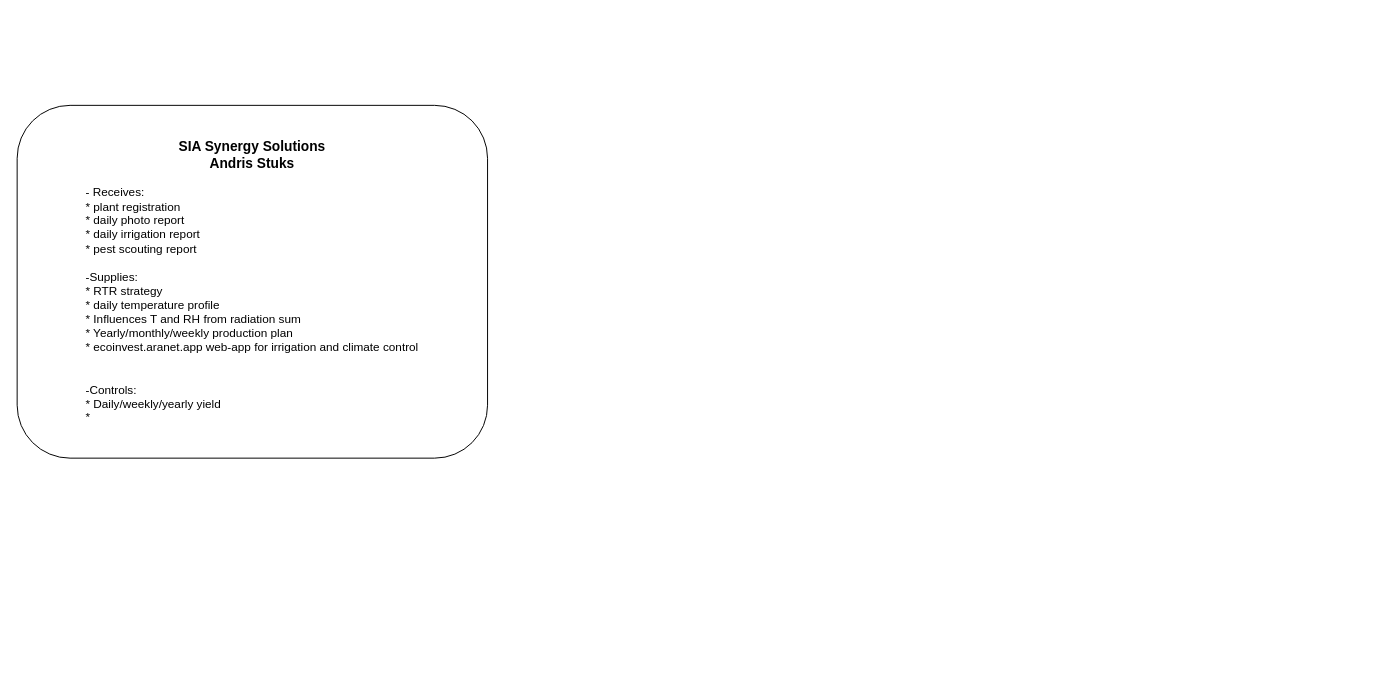
The draw.io diagram ecoinvest_structure.drawio in andrisstuks/random, before the edit. Source tidied: cells renumbered, new cells numbered last; positions are measured from the earlier drawing's top-left corner, leaving out a move shared by most shapes. Both pictures are drawn from the tidied source at 98%, with x=0, y=0 at pixel (17, 105).
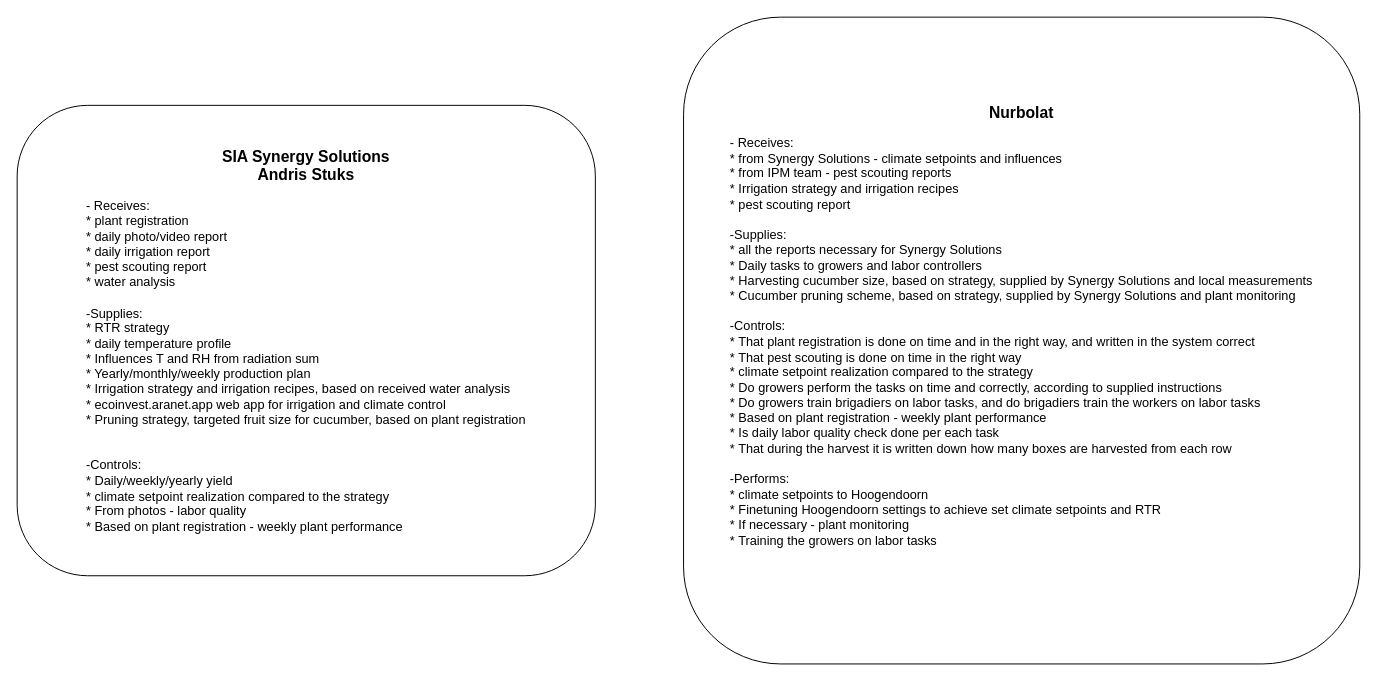
The same diagram, later.

Change to the diagram source:
```diff
@@
 <mxGraphModel>
   <root>
     <mxCell id="0" />
     <mxCell id="1" parent="0" />
-    <mxCell id="2" value="&lt;b style=&quot;font-size: 14px;&quot;&gt;SIA Synergy Solutions&lt;br&gt;Andris Stuks&lt;/b&gt;&lt;br&gt;&lt;br&gt;&lt;div style=&quot;text-align: left;&quot;&gt;&lt;span style=&quot;background-color: initial;&quot;&gt;- Receives:&lt;/span&gt;&lt;/div&gt;&lt;div style=&quot;text-align: left;&quot;&gt;&lt;span style=&quot;background-color: initial;&quot;&gt;* plant registration&lt;/span&gt;&lt;/div&gt;&lt;div style=&quot;text-align: left;&quot;&gt;&lt;span style=&quot;background-color: initial;&quot;&gt;* daily photo report&lt;/span&gt;&lt;/div&gt;&lt;div style=&quot;text-align: left;&quot;&gt;&lt;span style=&quot;background-color: initial;&quot;&gt;* daily irrigation report&lt;/span&gt;&lt;/div&gt;&lt;div style=&quot;text-align: left;&quot;&gt;&lt;span style=&quot;background-color: initial;&quot;&gt;* pest scouting report&lt;/span&gt;&lt;/div&gt;&lt;div style=&quot;text-align: left;&quot;&gt;&lt;span style=&quot;background-color: initial;&quot;&gt;&lt;br&gt;&lt;/span&gt;&lt;/div&gt;&lt;div style=&quot;text-align: left;&quot;&gt;&lt;span style=&quot;background-color: initial;&quot;&gt;-Supplies:&lt;/span&gt;&lt;/div&gt;&lt;div style=&quot;text-align: left;&quot;&gt;&lt;span style=&quot;background-color: initial;&quot;&gt;* RTR strategy&lt;/span&gt;&lt;/div&gt;&lt;div style=&quot;text-align: left;&quot;&gt;&lt;span style=&quot;background-color: initial;&quot;&gt;* daily temperature profile&lt;/span&gt;&lt;/div&gt;&lt;div style=&quot;text-align: left;&quot;&gt;&lt;span style=&quot;background-color: initial;&quot;&gt;* Influences T and RH from radiation sum&lt;/span&gt;&lt;/div&gt;&lt;div style=&quot;text-align: left;&quot;&gt;&lt;span style=&quot;background-color: initial;&quot;&gt;* Yearly/monthly/weekly production plan&lt;/span&gt;&lt;/div&gt;&lt;div style=&quot;text-align: left;&quot;&gt;&lt;span style=&quot;background-color: initial;&quot;&gt;* ecoinvest.aranet.app web-app for irrigation and climate control&lt;/span&gt;&lt;/div&gt;&lt;div style=&quot;text-align: left;&quot;&gt;&lt;span style=&quot;background-color: initial;&quot;&gt;&lt;br&gt;&lt;/span&gt;&lt;/div&gt;&lt;div style=&quot;text-align: left;&quot;&gt;&lt;span style=&quot;background-color: initial;&quot;&gt;&lt;br&gt;&lt;/span&gt;&lt;/div&gt;&lt;div style=&quot;text-align: left;&quot;&gt;&lt;span style=&quot;background-color: initial;&quot;&gt;-Controls:&lt;/span&gt;&lt;/div&gt;&lt;div style=&quot;text-align: left;&quot;&gt;&lt;span style=&quot;background-color: initial;&quot;&gt;* Daily/weekly/yearly yield&amp;nbsp;&lt;/span&gt;&lt;/div&gt;&lt;div style=&quot;text-align: left;&quot;&gt;*&amp;nbsp;&lt;/div&gt;" style="rounded=1;whiteSpace=wrap;html=1;" parent="1" vertex="1">
-      <mxGeometry width="480" height="360" as="geometry" />
+    <mxCell id="2" value="&lt;b style=&quot;font-size: 16px;&quot;&gt;SIA Synergy Solutions&lt;br&gt;Andris Stuks&lt;/b&gt;&lt;br&gt;&lt;br&gt;&lt;div style=&quot;text-align: left; font-size: 13px;&quot;&gt;&lt;span style=&quot;background-color: initial;&quot;&gt;&lt;font style=&quot;font-size: 13px;&quot;&gt;- Receives:&lt;/font&gt;&lt;/span&gt;&lt;/div&gt;&lt;div style=&quot;text-align: left; font-size: 13px;&quot;&gt;&lt;span style=&quot;background-color: initial;&quot;&gt;&lt;font style=&quot;font-size: 13px;&quot;&gt;* plant registration&lt;/font&gt;&lt;/span&gt;&lt;/div&gt;&lt;div style=&quot;text-align: left; font-size: 13px;&quot;&gt;&lt;span style=&quot;background-color: initial;&quot;&gt;&lt;font style=&quot;font-size: 13px;&quot;&gt;* daily photo/video report&lt;/font&gt;&lt;/span&gt;&lt;/div&gt;&lt;div style=&quot;text-align: left; font-size: 13px;&quot;&gt;&lt;span style=&quot;background-color: initial;&quot;&gt;&lt;font style=&quot;font-size: 13px;&quot;&gt;* daily irrigation report&lt;/font&gt;&lt;/span&gt;&lt;/div&gt;&lt;div style=&quot;text-align: left; font-size: 13px;&quot;&gt;&lt;span style=&quot;background-color: initial;&quot;&gt;&lt;font style=&quot;font-size: 13px;&quot;&gt;* pest scouting report&lt;/font&gt;&lt;/span&gt;&lt;/div&gt;&lt;div style=&quot;text-align: left; font-size: 13px;&quot;&gt;&lt;span style=&quot;background-color: initial;&quot;&gt;&lt;font style=&quot;font-size: 13px;&quot;&gt;* water analysis&lt;/font&gt;&lt;/span&gt;&lt;/div&gt;&lt;div style=&quot;text-align: left; font-size: 13px;&quot;&gt;&lt;span style=&quot;background-color: initial;&quot;&gt;&lt;font style=&quot;font-size: 13px;&quot;&gt;&lt;br&gt;&lt;/font&gt;&lt;/span&gt;&lt;/div&gt;&lt;div style=&quot;text-align: left; font-size: 13px;&quot;&gt;&lt;span style=&quot;background-color: initial;&quot;&gt;&lt;font style=&quot;font-size: 13px;&quot;&gt;-Supplies:&lt;/font&gt;&lt;/span&gt;&lt;/div&gt;&lt;div style=&quot;text-align: left; font-size: 13px;&quot;&gt;&lt;span style=&quot;background-color: initial;&quot;&gt;&lt;font style=&quot;font-size: 13px;&quot;&gt;* RTR strategy&lt;/font&gt;&lt;/span&gt;&lt;/div&gt;&lt;div style=&quot;text-align: left; font-size: 13px;&quot;&gt;&lt;span style=&quot;background-color: initial;&quot;&gt;&lt;font style=&quot;font-size: 13px;&quot;&gt;* daily temperature profile&lt;/font&gt;&lt;/span&gt;&lt;/div&gt;&lt;div style=&quot;text-align: left; font-size: 13px;&quot;&gt;&lt;span style=&quot;background-color: initial;&quot;&gt;&lt;font style=&quot;font-size: 13px;&quot;&gt;* Influences T and RH from radiation sum&lt;/font&gt;&lt;/span&gt;&lt;/div&gt;&lt;div style=&quot;text-align: left; font-size: 13px;&quot;&gt;&lt;span style=&quot;background-color: initial;&quot;&gt;&lt;font style=&quot;font-size: 13px;&quot;&gt;* Yearly/monthly/weekly production plan&lt;/font&gt;&lt;/span&gt;&lt;/div&gt;&lt;div style=&quot;text-align: left; font-size: 13px;&quot;&gt;* Irrigation strategy and irrigation recipes, based on received water analysis&lt;span style=&quot;background-color: initial;&quot;&gt;&lt;font style=&quot;font-size: 13px;&quot;&gt;&lt;br&gt;&lt;/font&gt;&lt;/span&gt;&lt;/div&gt;&lt;div style=&quot;text-align: left; font-size: 13px;&quot;&gt;&lt;span style=&quot;background-color: initial;&quot;&gt;&lt;font style=&quot;font-size: 13px;&quot;&gt;* ecoinvest.aranet.app web app for irrigation and climate control&lt;/font&gt;&lt;/span&gt;&lt;/div&gt;&lt;div style=&quot;text-align: left; font-size: 13px;&quot;&gt;&lt;span style=&quot;background-color: initial;&quot;&gt;&lt;font style=&quot;font-size: 13px;&quot;&gt;* Pruning strategy, targeted fruit size for cucumber, based on plant registration&lt;/font&gt;&lt;/span&gt;&lt;/div&gt;&lt;div style=&quot;text-align: left; font-size: 13px;&quot;&gt;&lt;span style=&quot;background-color: initial;&quot;&gt;&lt;font style=&quot;font-size: 13px;&quot;&gt;&lt;br&gt;&lt;/font&gt;&lt;/span&gt;&lt;/div&gt;&lt;div style=&quot;text-align: left; font-size: 13px;&quot;&gt;&lt;span style=&quot;background-color: initial;&quot;&gt;&lt;font style=&quot;font-size: 13px;&quot;&gt;&lt;br&gt;&lt;/font&gt;&lt;/span&gt;&lt;/div&gt;&lt;div style=&quot;text-align: left; font-size: 13px;&quot;&gt;&lt;span style=&quot;background-color: initial;&quot;&gt;&lt;font style=&quot;font-size: 13px;&quot;&gt;-Controls:&lt;/font&gt;&lt;/span&gt;&lt;/div&gt;&lt;div style=&quot;text-align: left; font-size: 13px;&quot;&gt;&lt;span style=&quot;background-color: initial;&quot;&gt;&lt;font style=&quot;font-size: 13px;&quot;&gt;* Daily/weekly/yearly yield&amp;nbsp;&lt;/font&gt;&lt;/span&gt;&lt;/div&gt;&lt;div style=&quot;text-align: left; font-size: 13px;&quot;&gt;&lt;font style=&quot;font-size: 13px;&quot;&gt;* climate setpoint realization compared to the strategy&lt;/font&gt;&lt;/div&gt;&lt;div style=&quot;text-align: left; font-size: 13px;&quot;&gt;&lt;font style=&quot;font-size: 13px;&quot;&gt;* From photos - labor quality&lt;/font&gt;&lt;/div&gt;&lt;div style=&quot;text-align: left; font-size: 13px;&quot;&gt;&lt;font style=&quot;font-size: 13px;&quot;&gt;* Based on plant registration - weekly plant performa&lt;/font&gt;nce&lt;/div&gt;" style="rounded=1;whiteSpace=wrap;html=1;" parent="1" vertex="1">
+      <mxGeometry width="590" height="480" as="geometry" />
     </mxCell>
+    <mxCell id="3" value="&lt;span style=&quot;font-size: 16px;&quot;&gt;&lt;b&gt;Nurbolat&lt;/b&gt;&lt;/span&gt;&lt;br&gt;&lt;br&gt;&lt;div style=&quot;text-align: left; font-size: 13px;&quot;&gt;&lt;span style=&quot;background-color: initial;&quot;&gt;&lt;font style=&quot;font-size: 13px;&quot;&gt;- Receives:&lt;/font&gt;&lt;/span&gt;&lt;/div&gt;&lt;div style=&quot;text-align: left; font-size: 13px;&quot;&gt;&lt;span style=&quot;background-color: initial;&quot;&gt;&lt;font style=&quot;font-size: 13px;&quot;&gt;* from Synergy Solutions - climate setpoints and influences&lt;/font&gt;&lt;/span&gt;&lt;/div&gt;&lt;div style=&quot;text-align: left; font-size: 13px;&quot;&gt;&lt;span style=&quot;background-color: initial;&quot;&gt;&lt;font style=&quot;font-size: 13px;&quot;&gt;* from IPM team - pest scouting reports&lt;/font&gt;&lt;/span&gt;&lt;/div&gt;&lt;div style=&quot;text-align: left; font-size: 13px;&quot;&gt;&lt;span style=&quot;background-color: initial;&quot;&gt;&lt;font style=&quot;font-size: 13px;&quot;&gt;* Irrigation strategy and irrigation recipes&lt;/font&gt;&lt;/span&gt;&lt;/div&gt;&lt;div style=&quot;text-align: left; font-size: 13px;&quot;&gt;&lt;span style=&quot;background-color: initial;&quot;&gt;&lt;font style=&quot;font-size: 13px;&quot;&gt;* pest scouting report&lt;/font&gt;&lt;/span&gt;&lt;/div&gt;&lt;div style=&quot;text-align: left; font-size: 13px;&quot;&gt;&lt;span style=&quot;background-color: initial;&quot;&gt;&lt;font style=&quot;font-size: 13px;&quot;&gt;&lt;br&gt;&lt;/font&gt;&lt;/span&gt;&lt;/div&gt;&lt;div style=&quot;text-align: left; font-size: 13px;&quot;&gt;&lt;span style=&quot;background-color: initial;&quot;&gt;&lt;font style=&quot;font-size: 13px;&quot;&gt;-Supplies:&lt;/font&gt;&lt;/span&gt;&lt;/div&gt;&lt;div style=&quot;text-align: left; font-size: 13px;&quot;&gt;&lt;span style=&quot;background-color: initial;&quot;&gt;&lt;font style=&quot;font-size: 13px;&quot;&gt;* all the reports necessary for Synergy Solutions&lt;/font&gt;&lt;/span&gt;&lt;/div&gt;&lt;div style=&quot;text-align: left; font-size: 13px;&quot;&gt;&lt;span style=&quot;background-color: initial;&quot;&gt;&lt;font style=&quot;font-size: 13px;&quot;&gt;* Daily tasks to growers and labor controllers&lt;/font&gt;&lt;/span&gt;&lt;/div&gt;&lt;div style=&quot;text-align: left; font-size: 13px;&quot;&gt;&lt;span style=&quot;background-color: initial;&quot;&gt;&lt;font style=&quot;font-size: 13px;&quot;&gt;* Harvesting cucumber size, based on strategy, supplied by Synergy Solutions and local measurements&lt;/font&gt;&lt;/span&gt;&lt;/div&gt;&lt;div style=&quot;text-align: left; font-size: 13px;&quot;&gt;&lt;span style=&quot;background-color: initial;&quot;&gt;&lt;font style=&quot;font-size: 13px;&quot;&gt;* Cucumber pruning scheme, based on strategy, supplied by Synergy Solutions and plant monitoring&lt;/font&gt;&lt;/span&gt;&lt;/div&gt;&lt;div style=&quot;text-align: left; font-size: 13px;&quot;&gt;&lt;span style=&quot;background-color: initial;&quot;&gt;&lt;font style=&quot;font-size: 13px;&quot;&gt;&lt;br&gt;&lt;/font&gt;&lt;/span&gt;&lt;/div&gt;&lt;div style=&quot;text-align: left; font-size: 13px;&quot;&gt;&lt;span style=&quot;background-color: initial;&quot;&gt;&lt;font style=&quot;font-size: 13px;&quot;&gt;-Controls:&lt;/font&gt;&lt;/span&gt;&lt;/div&gt;&lt;div style=&quot;text-align: left; font-size: 13px;&quot;&gt;&lt;span style=&quot;background-color: initial;&quot;&gt;&lt;font style=&quot;font-size: 13px;&quot;&gt;* That plant registration is done on time and in the right way, and written in the system correct&lt;/font&gt;&lt;/span&gt;&lt;/div&gt;&lt;div style=&quot;text-align: left; font-size: 13px;&quot;&gt;&lt;span style=&quot;background-color: initial;&quot;&gt;&lt;font style=&quot;font-size: 13px;&quot;&gt;* That pest scouting is done on time in the right way&lt;/font&gt;&lt;/span&gt;&lt;/div&gt;&lt;div style=&quot;text-align: left; font-size: 13px;&quot;&gt;&lt;font style=&quot;font-size: 13px;&quot;&gt;* climate setpoint realization compared to the strategy&lt;/font&gt;&lt;/div&gt;&lt;div style=&quot;text-align: left; font-size: 13px;&quot;&gt;&lt;font style=&quot;font-size: 13px;&quot;&gt;* Do growers perform the tasks on time and correctly, according to supplied instructions&lt;/font&gt;&lt;/div&gt;&lt;div style=&quot;text-align: left; font-size: 13px;&quot;&gt;&lt;font style=&quot;font-size: 13px;&quot;&gt;* Do growers train brigadiers on labor tasks, and do brigadiers train the workers on labor tasks&lt;/font&gt;&lt;/div&gt;&lt;div style=&quot;text-align: left; font-size: 13px;&quot;&gt;&lt;font style=&quot;font-size: 13px;&quot;&gt;* Based on plant registration - weekly plant performa&lt;/font&gt;nce&lt;/div&gt;&lt;div style=&quot;text-align: left; font-size: 13px;&quot;&gt;* Is daily labor quality check done per each task&lt;/div&gt;&lt;div style=&quot;text-align: left; font-size: 13px;&quot;&gt;* That during the harvest it is written down how many boxes are harvested from each row&lt;/div&gt;&lt;div style=&quot;text-align: left; font-size: 13px;&quot;&gt;&lt;br&gt;&lt;/div&gt;&lt;div style=&quot;text-align: left; font-size: 13px;&quot;&gt;-Performs:&lt;/div&gt;&lt;div style=&quot;text-align: left; font-size: 13px;&quot;&gt;* climate setpoints to Hoogendoorn&lt;/div&gt;&lt;div style=&quot;text-align: left; font-size: 13px;&quot;&gt;* Finetuning Hoogendoorn settings to achieve set climate setpoints and RTR&lt;/div&gt;&lt;div style=&quot;text-align: left; font-size: 13px;&quot;&gt;* If necessary - plant monitoring&lt;/div&gt;&lt;div style=&quot;text-align: left; font-size: 13px;&quot;&gt;* Training the growers on labor tasks&lt;/div&gt;&lt;div style=&quot;text-align: left; font-size: 13px;&quot;&gt;&lt;br&gt;&lt;/div&gt;&lt;div style=&quot;text-align: left; font-size: 13px;&quot;&gt;&lt;br&gt;&lt;/div&gt;" style="rounded=1;whiteSpace=wrap;html=1;" parent="1" vertex="1">
+      <mxGeometry x="680" y="-90" width="690" height="660" as="geometry" />
+    </mxCell>
   </root>
 </mxGraphModel>
```
